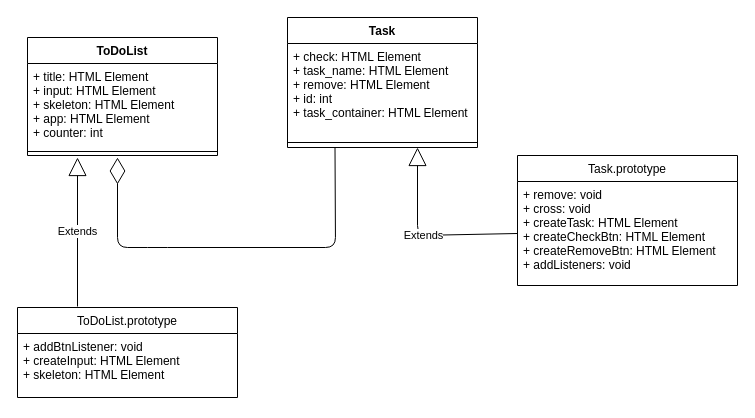
Before: ToDoAppUML.drawio in sebastianneri/toDoApp, a draw.io diagram. Source tidied: cells renumbered, new cells numbered last; positions are measured from the earlier drawing's top-left corner, leaving out a move shared by most shapes. Both pictures are drawn from the tidied source at 100%, with x=0, y=0 at pixel (17, 17).
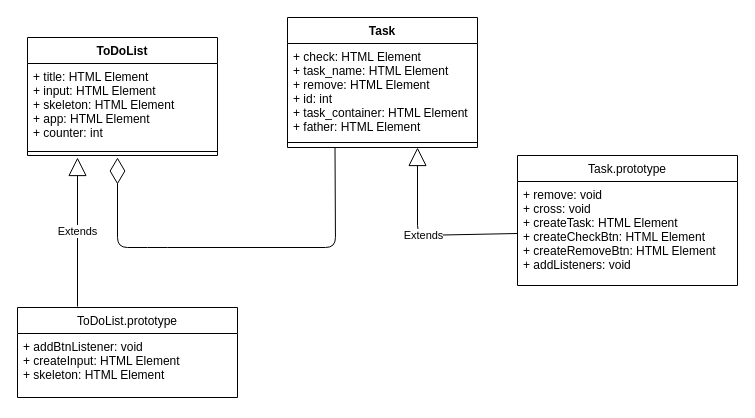
After the change.

What changed in the source:
```diff
@@
 <mxGraphModel>
   <root>
     <mxCell id="0" />
     <mxCell id="1" parent="0" />
     <mxCell id="2" value="ToDoList" style="swimlane;fontStyle=1;align=center;verticalAlign=top;horizontal=1;startSize=26;" parent="1" vertex="1">
       <mxGeometry x="10" y="20" width="190" height="118" as="geometry" />
     </mxCell>
     <mxCell id="3" value="+ title: HTML Element&#10;+ input: HTML Element&#10;+ skeleton: HTML Element&#10;+ app: HTML Element&#10;+ counter: int" style="text;strokeColor=none;fillColor=none;align=left;verticalAlign=top;spacingLeft=4;spacingRight=4;overflow=hidden;" parent="2" vertex="1">
       <mxGeometry y="26" width="190" height="84" as="geometry" />
     </mxCell>
     <mxCell id="4" style="line;strokeWidth=1;fillColor=none;align=left;verticalAlign=middle;spacingTop=-1;spacingLeft=3;spacingRight=3;labelPosition=right;" parent="2" vertex="1">
       <mxGeometry y="110" width="190" height="8" as="geometry" />
     </mxCell>
     <mxCell id="5" value="Task" style="swimlane;fontStyle=1;align=center;verticalAlign=top;horizontal=1;startSize=26;" parent="1" vertex="1">
       <mxGeometry x="270" width="190" height="130" as="geometry" />
     </mxCell>
-    <mxCell id="6" value="+ check: HTML Element&#10;+ task_name: HTML Element&#10;+ remove: HTML Element&#10;+ id: int&#10;+ task_container: HTML Element" style="text;strokeColor=none;fillColor=none;align=left;verticalAlign=top;spacingLeft=4;spacingRight=4;overflow=hidden;" parent="5" vertex="1">
+    <mxCell id="6" value="+ check: HTML Element&#10;+ task_name: HTML Element&#10;+ remove: HTML Element&#10;+ id: int&#10;+ task_container: HTML Element&#10;+ father: HTML Element" style="text;strokeColor=none;fillColor=none;align=left;verticalAlign=top;spacingLeft=4;spacingRight=4;overflow=hidden;" parent="5" vertex="1">
       <mxGeometry y="26" width="190" height="94" as="geometry" />
     </mxCell>
     <mxCell id="7" style="line;strokeWidth=1;fillColor=none;align=left;verticalAlign=middle;spacingTop=-1;spacingLeft=3;spacingRight=3;labelPosition=right;" parent="5" vertex="1">
       <mxGeometry y="120" width="190" height="10" as="geometry" />
     </mxCell>
     <mxCell id="8" value="Task.prototype" style="swimlane;fontStyle=0;horizontal=1;startSize=26;fillColor=none;" parent="1" vertex="1">
       <mxGeometry x="500" y="138" width="220" height="130" as="geometry" />
     </mxCell>
     <mxCell id="9" value="+ remove: void&#10;+ cross: void&#10;+ createTask: HTML Element&#10;+ createCheckBtn: HTML Element&#10;+ createRemoveBtn: HTML Element&#10;+ addListeners: void" style="text;strokeColor=none;fillColor=none;align=left;verticalAlign=top;spacingLeft=4;spacingRight=4;overflow=hidden;points=[[0,0.5],[1,0.5]];portConstraint=eastwest;" parent="8" vertex="1">
       <mxGeometry y="26" width="220" height="104" as="geometry" />
     </mxCell>
     <mxCell id="10" style="endArrow=diamondThin;endFill=0;endSize=24;html=1;exitX=0.25;exitY=1;exitDx=0;exitDy=0;" parent="1" edge="1" source="5">
       <mxGeometry relative="1" as="geometry">
         <mxPoint x="100" y="140" as="targetPoint" />
         <Array as="points">
           <mxPoint x="318" y="230" />
           <mxPoint x="140" y="230" />
           <mxPoint x="100" y="230" />
         </Array>
       </mxGeometry>
     </mxCell>
     <mxCell id="11" value="Extends" style="endArrow=block;endSize=16;endFill=0;html=1;exitX=0;exitY=0.5;exitDx=0;exitDy=0;" parent="1" edge="1" source="9">
       <mxGeometry relative="1" as="geometry">
         <mxPoint x="400" y="130" as="targetPoint" />
         <Array as="points">
           <mxPoint x="400" y="218" />
         </Array>
       </mxGeometry>
     </mxCell>
     <mxCell id="12" value="ToDoList.prototype" style="swimlane;fontStyle=0;horizontal=1;startSize=26;fillColor=none;" parent="1" vertex="1">
       <mxGeometry y="290" width="220" height="90" as="geometry" />
     </mxCell>
     <mxCell id="13" value="+ addBtnListener: void&#10;+ createInput: HTML Element&#10;+ skeleton: HTML Element" style="text;strokeColor=none;fillColor=none;align=left;verticalAlign=top;spacingLeft=4;spacingRight=4;overflow=hidden;" parent="12" vertex="1">
       <mxGeometry y="26" width="220" height="64" as="geometry" />
     </mxCell>
     <mxCell id="14" value="Extends" style="endArrow=block;endSize=16;endFill=0;html=1;entryX=0.263;entryY=1;entryDx=0;entryDy=0;entryPerimeter=0;" parent="1" edge="1">
       <mxGeometry relative="1" as="geometry">
         <mxPoint x="60" y="289" as="sourcePoint" />
         <mxPoint x="60" y="140" as="targetPoint" />
       </mxGeometry>
     </mxCell>
   </root>
 </mxGraphModel>
```
